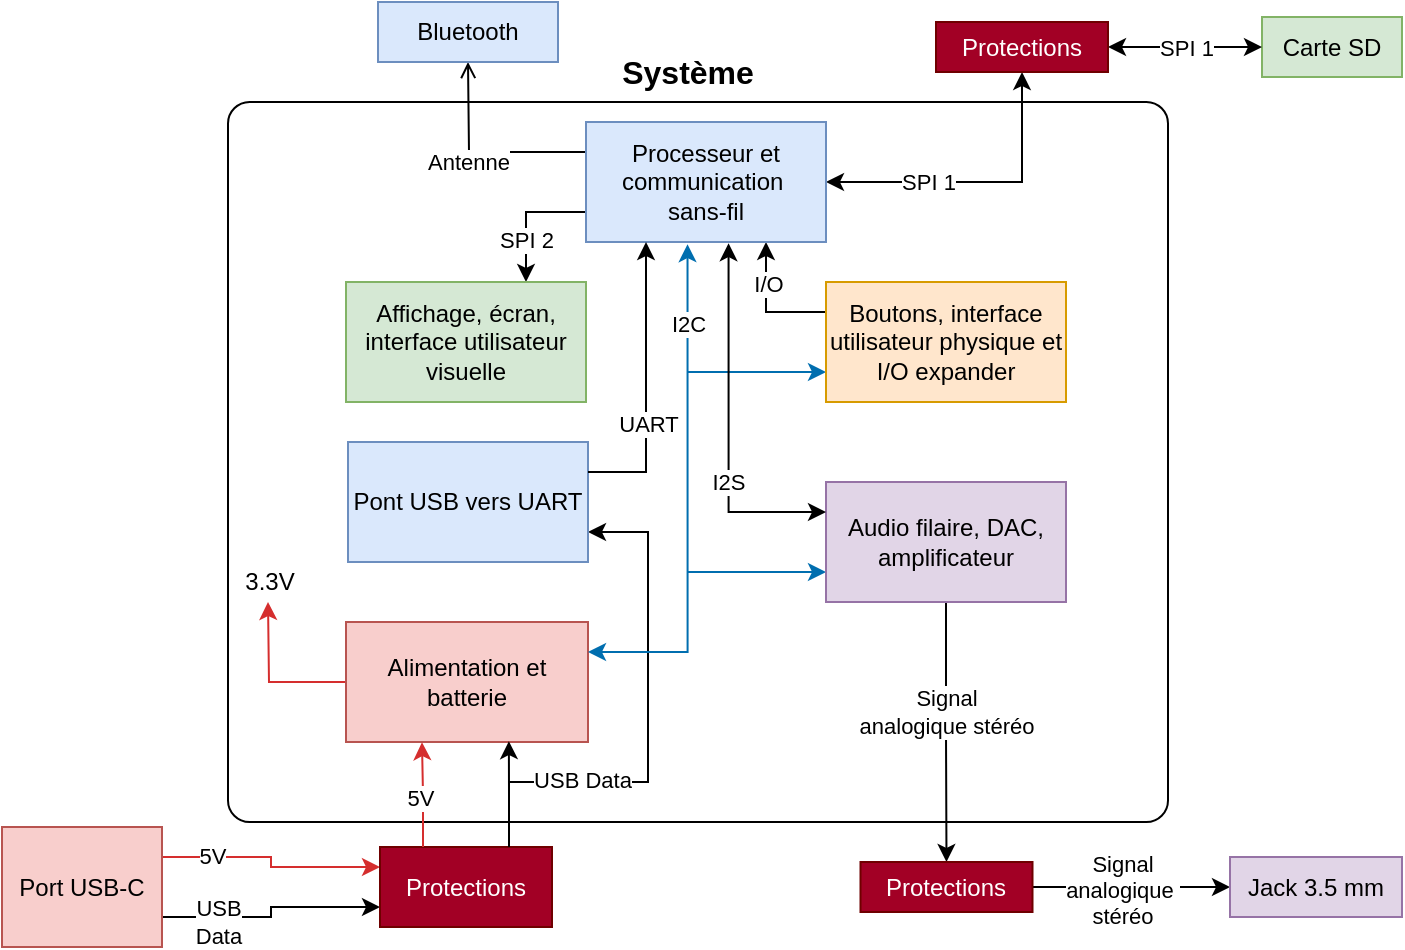
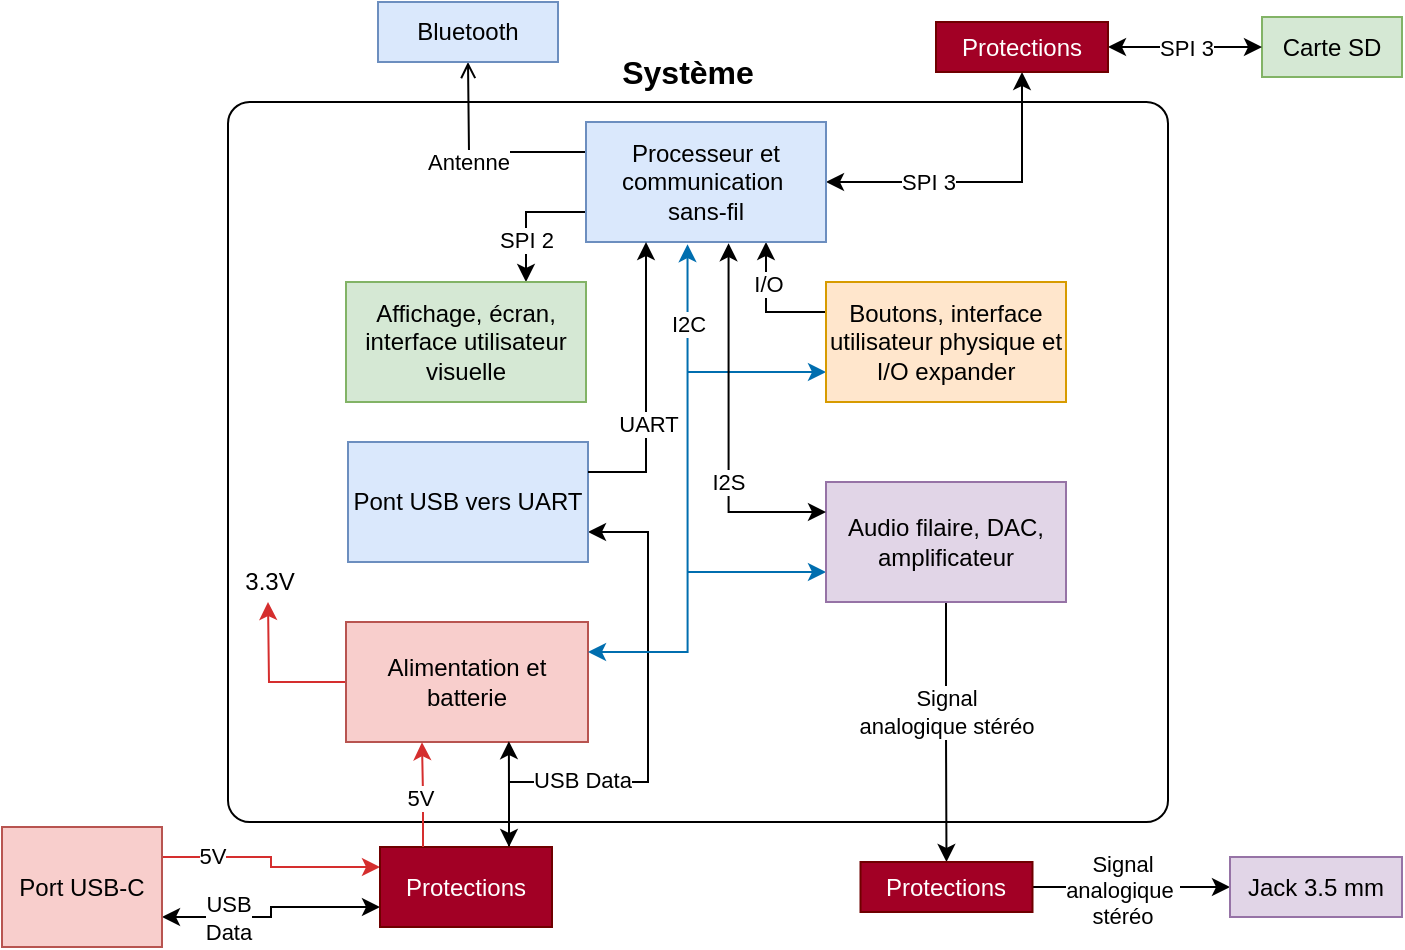
<mxfile host="app.diagrams.net" agent="Mozilla/5.0 (Windows NT 10.0; Win64; x64; rv:148.0) Gecko/20100101 Firefox/148.0">
  <diagram name="Page-1" id="Mp4qxl4u3dfNtDBe53xb">
    <mxGraphModel dx="1539" dy="701" grid="1" gridSize="10" guides="1" tooltips="1" connect="1" arrows="1" fold="1" page="1" pageScale="1" pageWidth="827" pageHeight="1169" math="0" shadow="0">
      <root>
        <mxCell id="0" />
        <mxCell id="1" parent="0" />
        <mxCell id="InfD0HFL66ZjcEA0G4re-41" parent="1" style="rounded=1;whiteSpace=wrap;html=1;arcSize=3;" value="" vertex="1">
          <mxGeometry height="360" width="470" x="183" y="340" as="geometry" />
        </mxCell>
        <mxCell id="zYMX3MGjl0S8vz_TeQ27-14" edge="1" parent="1" source="mWaRPkYXV2c9awh6F8o4-3" style="edgeStyle=orthogonalEdgeStyle;rounded=0;orthogonalLoop=1;jettySize=auto;html=1;exitX=1;exitY=0.25;exitDx=0;exitDy=0;entryX=0;entryY=0.25;entryDx=0;entryDy=0;fillColor=#f8cecc;strokeColor=#D52E2E;" target="mWaRPkYXV2c9awh6F8o4-29">
          <mxGeometry relative="1" as="geometry" />
        </mxCell>
        <mxCell id="zYMX3MGjl0S8vz_TeQ27-16" connectable="0" parent="zYMX3MGjl0S8vz_TeQ27-14" style="edgeLabel;html=1;align=center;verticalAlign=middle;resizable=0;points=[];" value="5V" vertex="1">
          <mxGeometry relative="1" x="-0.6169" y="-2" as="geometry">
            <mxPoint x="3" y="-3" as="offset" />
          </mxGeometry>
        </mxCell>
-         <mxCell id="zYMX3MGjl0S8vz_TeQ27-15" edge="1" parent="1" source="mWaRPkYXV2c9awh6F8o4-3" style="edgeStyle=orthogonalEdgeStyle;rounded=0;orthogonalLoop=1;jettySize=auto;html=1;exitX=1;exitY=0.75;exitDx=0;exitDy=0;entryX=0;entryY=0.75;entryDx=0;entryDy=0;" target="mWaRPkYXV2c9awh6F8o4-29">
+         <mxCell id="zYMX3MGjl0S8vz_TeQ27-15" edge="1" parent="1" source="mWaRPkYXV2c9awh6F8o4-3" style="edgeStyle=orthogonalEdgeStyle;rounded=0;orthogonalLoop=1;jettySize=auto;html=1;exitX=1;exitY=0.75;exitDx=0;exitDy=0;entryX=0;entryY=0.75;entryDx=0;entryDy=0;startArrow=classic;startFill=1;" target="mWaRPkYXV2c9awh6F8o4-29">
          <mxGeometry relative="1" as="geometry" />
        </mxCell>
        <mxCell id="zYMX3MGjl0S8vz_TeQ27-17" connectable="0" parent="zYMX3MGjl0S8vz_TeQ27-15" style="edgeLabel;html=1;align=center;verticalAlign=middle;resizable=0;points=[];" value="&lt;div&gt;USB&lt;/div&gt;&lt;div&gt;Data&lt;/div&gt;" vertex="1">
          <mxGeometry relative="1" x="-0.505" y="-2" as="geometry">
-             <mxPoint as="offset" />
+             <mxPoint x="5" y="-2" as="offset" />
          </mxGeometry>
        </mxCell>
        <mxCell id="mWaRPkYXV2c9awh6F8o4-3" parent="1" style="rounded=0;whiteSpace=wrap;html=1;fillColor=#f8cecc;strokeColor=#b85450;" value="Port USB-C" vertex="1">
          <mxGeometry height="60" width="80" x="70" y="702.5" as="geometry" />
        </mxCell>
        <mxCell id="InfD0HFL66ZjcEA0G4re-30" edge="1" parent="1" source="mWaRPkYXV2c9awh6F8o4-9" style="edgeStyle=orthogonalEdgeStyle;rounded=0;orthogonalLoop=1;jettySize=auto;html=1;exitX=0;exitY=0.5;exitDx=0;exitDy=0;strokeColor=#D52E2E;">
          <mxGeometry relative="1" as="geometry">
            <mxPoint x="203" y="590" as="targetPoint" />
          </mxGeometry>
        </mxCell>
        <mxCell id="mWaRPkYXV2c9awh6F8o4-9" parent="1" style="rounded=0;whiteSpace=wrap;html=1;fillColor=#f8cecc;strokeColor=#b85450;" value="Alimentation et batterie" vertex="1">
          <mxGeometry height="60" width="121" x="242" y="600" as="geometry" />
        </mxCell>
        <mxCell id="mWaRPkYXV2c9awh6F8o4-10" edge="1" parent="1" source="mWaRPkYXV2c9awh6F8o4-17" style="edgeStyle=orthogonalEdgeStyle;rounded=0;orthogonalLoop=1;jettySize=auto;html=1;exitX=0;exitY=0.25;exitDx=0;exitDy=0;endArrow=open;endFill=0;">
          <mxGeometry relative="1" as="geometry">
            <mxPoint x="303" y="320" as="targetPoint" />
          </mxGeometry>
        </mxCell>
        <mxCell id="mWaRPkYXV2c9awh6F8o4-11" connectable="0" parent="mWaRPkYXV2c9awh6F8o4-10" style="edgeLabel;html=1;align=center;verticalAlign=middle;resizable=0;points=[];" value="&lt;div&gt;Antenne&lt;/div&gt;" vertex="1">
          <mxGeometry relative="1" x="0.3241" y="1" as="geometry">
            <mxPoint y="15" as="offset" />
          </mxGeometry>
        </mxCell>
        <mxCell id="mWaRPkYXV2c9awh6F8o4-14" edge="1" parent="1" source="mWaRPkYXV2c9awh6F8o4-17" style="edgeStyle=orthogonalEdgeStyle;rounded=0;orthogonalLoop=1;jettySize=auto;html=1;exitX=0.75;exitY=1;exitDx=0;exitDy=0;entryX=0;entryY=0.25;entryDx=0;entryDy=0;startArrow=classic;startFill=1;endArrow=none;endFill=0;" target="mWaRPkYXV2c9awh6F8o4-19">
          <mxGeometry relative="1" as="geometry" />
        </mxCell>
        <mxCell id="InfD0HFL66ZjcEA0G4re-4" connectable="0" parent="mWaRPkYXV2c9awh6F8o4-14" style="edgeLabel;html=1;align=center;verticalAlign=middle;resizable=0;points=[];" value="I/O" vertex="1">
          <mxGeometry relative="1" x="-0.3549" y="1" as="geometry">
            <mxPoint as="offset" />
          </mxGeometry>
        </mxCell>
        <mxCell id="mWaRPkYXV2c9awh6F8o4-16" edge="1" parent="1" source="mWaRPkYXV2c9awh6F8o4-17" style="edgeStyle=orthogonalEdgeStyle;rounded=0;orthogonalLoop=1;jettySize=auto;html=1;exitX=1;exitY=0.5;exitDx=0;exitDy=0;entryX=0.5;entryY=1;entryDx=0;entryDy=0;strokeColor=#000000;startArrow=classic;startFill=1;" target="mWaRPkYXV2c9awh6F8o4-31">
          <mxGeometry relative="1" as="geometry" />
        </mxCell>
-         <mxCell id="InfD0HFL66ZjcEA0G4re-1" connectable="0" parent="mWaRPkYXV2c9awh6F8o4-16" style="edgeLabel;html=1;align=center;verticalAlign=middle;resizable=0;points=[];" value="SPI 1" vertex="1">
+         <mxCell id="InfD0HFL66ZjcEA0G4re-1" connectable="0" parent="mWaRPkYXV2c9awh6F8o4-16" style="edgeLabel;html=1;align=center;verticalAlign=middle;resizable=0;points=[];" value="SPI 3" vertex="1">
          <mxGeometry relative="1" x="0.3219" y="2" as="geometry">
            <mxPoint x="-45" y="3" as="offset" />
          </mxGeometry>
        </mxCell>
        <mxCell id="InfD0HFL66ZjcEA0G4re-27" edge="1" parent="1" source="mWaRPkYXV2c9awh6F8o4-17" style="edgeStyle=orthogonalEdgeStyle;rounded=0;orthogonalLoop=1;jettySize=auto;html=1;exitX=0;exitY=0.75;exitDx=0;exitDy=0;entryX=0.75;entryY=0;entryDx=0;entryDy=0;" target="mWaRPkYXV2c9awh6F8o4-18">
          <mxGeometry relative="1" as="geometry" />
        </mxCell>
        <mxCell id="InfD0HFL66ZjcEA0G4re-28" connectable="0" parent="InfD0HFL66ZjcEA0G4re-27" style="edgeLabel;html=1;align=center;verticalAlign=middle;resizable=0;points=[];" value="SPI 2" vertex="1">
          <mxGeometry relative="1" x="0.3448" as="geometry">
            <mxPoint as="offset" />
          </mxGeometry>
        </mxCell>
        <mxCell id="mWaRPkYXV2c9awh6F8o4-17" parent="1" style="rounded=0;whiteSpace=wrap;html=1;fillColor=#dae8fc;strokeColor=#6c8ebf;" value="&lt;div&gt;Processeur et communication&amp;nbsp;&lt;/div&gt;&lt;div&gt;sans-fil&lt;/div&gt;" vertex="1">
          <mxGeometry height="60" width="120" x="362" y="350" as="geometry" />
        </mxCell>
        <mxCell id="mWaRPkYXV2c9awh6F8o4-18" parent="1" style="rounded=0;whiteSpace=wrap;html=1;fillColor=#d5e8d4;strokeColor=#82b366;" value="Affichage, écran, interface utilisateur visuelle" vertex="1">
          <mxGeometry height="60" width="120" x="242" y="430" as="geometry" />
        </mxCell>
        <mxCell id="zYMX3MGjl0S8vz_TeQ27-9" edge="1" parent="1" source="mWaRPkYXV2c9awh6F8o4-19" style="edgeStyle=orthogonalEdgeStyle;rounded=0;orthogonalLoop=1;jettySize=auto;html=1;exitX=0;exitY=0.75;exitDx=0;exitDy=0;startArrow=classic;startFill=1;endArrow=none;endFill=0;fillColor=#1ba1e2;strokeColor=#006EAF;">
          <mxGeometry relative="1" as="geometry">
            <mxPoint x="413" y="475" as="targetPoint" />
          </mxGeometry>
        </mxCell>
        <mxCell id="mWaRPkYXV2c9awh6F8o4-19" parent="1" style="rounded=0;whiteSpace=wrap;html=1;fillColor=#ffe6cc;strokeColor=#d79b00;" value="Boutons, interface utilisateur physique et I/O expander" vertex="1">
          <mxGeometry height="60" width="120" x="482" y="430" as="geometry" />
        </mxCell>
        <mxCell id="InfD0HFL66ZjcEA0G4re-32" edge="1" parent="1" source="mWaRPkYXV2c9awh6F8o4-22" style="edgeStyle=orthogonalEdgeStyle;rounded=0;orthogonalLoop=1;jettySize=auto;html=1;exitX=0.5;exitY=1;exitDx=0;exitDy=0;entryX=0.5;entryY=0;entryDx=0;entryDy=0;" target="mWaRPkYXV2c9awh6F8o4-33">
          <mxGeometry relative="1" as="geometry" />
        </mxCell>
        <mxCell id="InfD0HFL66ZjcEA0G4re-33" connectable="0" parent="InfD0HFL66ZjcEA0G4re-32" style="edgeLabel;html=1;align=center;verticalAlign=middle;resizable=0;points=[];" value="&lt;div&gt;Signal&lt;/div&gt;&lt;div&gt;analogique stéréo&lt;/div&gt;" vertex="1">
          <mxGeometry relative="1" x="-0.0581" as="geometry">
            <mxPoint y="-7" as="offset" />
          </mxGeometry>
        </mxCell>
        <mxCell id="zYMX3MGjl0S8vz_TeQ27-4" edge="1" parent="1" source="mWaRPkYXV2c9awh6F8o4-22" style="edgeStyle=orthogonalEdgeStyle;rounded=0;orthogonalLoop=1;jettySize=auto;html=1;exitX=0;exitY=0.75;exitDx=0;exitDy=0;endArrow=none;endFill=0;startArrow=classic;startFill=1;fillColor=#1ba1e2;strokeColor=#006EAF;">
          <mxGeometry relative="1" as="geometry">
            <mxPoint x="413" y="575" as="targetPoint" />
          </mxGeometry>
        </mxCell>
        <mxCell id="mWaRPkYXV2c9awh6F8o4-22" parent="1" style="rounded=0;whiteSpace=wrap;html=1;fillColor=#e1d5e7;strokeColor=#9673a6;" value="Audio filaire, DAC, amplificateur" vertex="1">
          <mxGeometry height="60" width="120" x="482" y="530" as="geometry" />
        </mxCell>
        <mxCell id="mWaRPkYXV2c9awh6F8o4-23" parent="1" style="rounded=0;whiteSpace=wrap;html=1;fillColor=#d5e8d4;strokeColor=#82b366;" value="Carte SD" vertex="1">
          <mxGeometry height="30" width="70" x="700" y="297.5" as="geometry" />
        </mxCell>
        <mxCell id="InfD0HFL66ZjcEA0G4re-22" edge="1" parent="1" source="mWaRPkYXV2c9awh6F8o4-29" style="edgeStyle=orthogonalEdgeStyle;rounded=0;orthogonalLoop=1;jettySize=auto;html=1;exitX=0.75;exitY=0;exitDx=0;exitDy=0;entryX=1;entryY=0.75;entryDx=0;entryDy=0;strokeColor=#000000;" target="InfD0HFL66ZjcEA0G4re-16">
          <mxGeometry relative="1" as="geometry">
            <Array as="points">
              <mxPoint x="323" y="680" />
              <mxPoint x="393" y="680" />
              <mxPoint x="393" y="555" />
            </Array>
          </mxGeometry>
        </mxCell>
        <mxCell id="InfD0HFL66ZjcEA0G4re-37" connectable="0" parent="InfD0HFL66ZjcEA0G4re-22" style="edgeLabel;html=1;align=center;verticalAlign=middle;resizable=0;points=[];" value="&lt;div&gt;USB Data&lt;/div&gt;" vertex="1">
          <mxGeometry relative="1" x="-0.0447" y="-1" as="geometry">
            <mxPoint x="-34" y="20" as="offset" />
          </mxGeometry>
        </mxCell>
        <mxCell id="mWaRPkYXV2c9awh6F8o4-29" parent="1" style="rounded=0;whiteSpace=wrap;html=1;fillColor=#a20025;fontColor=#ffffff;strokeColor=#6F0000;" value="Protections" vertex="1">
          <mxGeometry height="40" width="86" x="259" y="712.5" as="geometry" />
        </mxCell>
        <mxCell id="InfD0HFL66ZjcEA0G4re-42" edge="1" parent="1" source="mWaRPkYXV2c9awh6F8o4-31" style="edgeStyle=orthogonalEdgeStyle;rounded=0;orthogonalLoop=1;jettySize=auto;html=1;startArrow=classic;startFill=1;" target="mWaRPkYXV2c9awh6F8o4-23" value="">
          <mxGeometry relative="1" as="geometry" />
        </mxCell>
-         <mxCell id="InfD0HFL66ZjcEA0G4re-43" connectable="0" parent="InfD0HFL66ZjcEA0G4re-42" style="edgeLabel;html=1;align=center;verticalAlign=middle;resizable=0;points=[];" value="SPI 1" vertex="1">
+         <mxCell id="InfD0HFL66ZjcEA0G4re-43" connectable="0" parent="InfD0HFL66ZjcEA0G4re-42" style="edgeLabel;html=1;align=center;verticalAlign=middle;resizable=0;points=[];" value="SPI 3" vertex="1">
          <mxGeometry relative="1" x="0.4232" y="1" as="geometry">
            <mxPoint x="-16" y="1" as="offset" />
          </mxGeometry>
        </mxCell>
        <mxCell id="mWaRPkYXV2c9awh6F8o4-31" parent="1" style="rounded=0;whiteSpace=wrap;html=1;fillColor=#a20025;fontColor=#ffffff;strokeColor=#6F0000;" value="Protections" vertex="1">
          <mxGeometry height="25" width="86" x="537" y="300" as="geometry" />
        </mxCell>
        <mxCell id="zYMX3MGjl0S8vz_TeQ27-18" edge="1" parent="1" source="mWaRPkYXV2c9awh6F8o4-33" style="edgeStyle=orthogonalEdgeStyle;rounded=0;orthogonalLoop=1;jettySize=auto;html=1;" target="mWaRPkYXV2c9awh6F8o4-34" value="">
          <mxGeometry relative="1" as="geometry" />
        </mxCell>
        <mxCell id="zYMX3MGjl0S8vz_TeQ27-19" connectable="0" parent="zYMX3MGjl0S8vz_TeQ27-18" style="edgeLabel;html=1;align=center;verticalAlign=middle;resizable=0;points=[];" value="&lt;div&gt;Signal&lt;/div&gt;&lt;div&gt;analogique&amp;nbsp;&lt;/div&gt;&lt;div&gt;stéréo&lt;/div&gt;" vertex="1">
          <mxGeometry relative="1" x="-0.2371" y="1" as="geometry">
            <mxPoint x="7" y="2" as="offset" />
          </mxGeometry>
        </mxCell>
        <mxCell id="mWaRPkYXV2c9awh6F8o4-33" parent="1" style="rounded=0;whiteSpace=wrap;html=1;fillColor=#a20025;fontColor=#ffffff;strokeColor=#6F0000;rotation=0;" value="Protections" vertex="1">
          <mxGeometry height="25" width="86" x="499.25" y="720" as="geometry" />
        </mxCell>
        <mxCell id="mWaRPkYXV2c9awh6F8o4-34" parent="1" style="rounded=0;whiteSpace=wrap;html=1;fillColor=#e1d5e7;strokeColor=#9673a6;" value="Jack 3.5 mm" vertex="1">
          <mxGeometry height="30" width="86" x="684" y="717.5" as="geometry" />
        </mxCell>
        <mxCell id="InfD0HFL66ZjcEA0G4re-16" parent="1" style="rounded=0;whiteSpace=wrap;html=1;fillColor=#dae8fc;strokeColor=#6c8ebf;" value="&lt;div&gt;Pont USB vers UART&lt;/div&gt;" vertex="1">
          <mxGeometry height="60" width="120" x="243" y="510" as="geometry" />
        </mxCell>
        <mxCell id="InfD0HFL66ZjcEA0G4re-20" edge="1" parent="1" source="mWaRPkYXV2c9awh6F8o4-29" style="edgeStyle=orthogonalEdgeStyle;rounded=0;orthogonalLoop=1;jettySize=auto;html=1;exitX=0.25;exitY=0;exitDx=0;exitDy=0;entryX=0.314;entryY=1.002;entryDx=0;entryDy=0;entryPerimeter=0;strokeColor=#D52E2E;" target="mWaRPkYXV2c9awh6F8o4-9">
          <mxGeometry relative="1" as="geometry" />
        </mxCell>
        <mxCell id="InfD0HFL66ZjcEA0G4re-35" connectable="0" parent="InfD0HFL66ZjcEA0G4re-20" style="edgeLabel;html=1;align=center;verticalAlign=middle;resizable=0;points=[];" value="5V" vertex="1">
          <mxGeometry relative="1" x="-0.0698" y="2" as="geometry">
            <mxPoint as="offset" />
          </mxGeometry>
        </mxCell>
        <mxCell id="InfD0HFL66ZjcEA0G4re-23" edge="1" parent="1" source="InfD0HFL66ZjcEA0G4re-16" style="edgeStyle=orthogonalEdgeStyle;rounded=0;orthogonalLoop=1;jettySize=auto;html=1;exitX=1;exitY=0.25;exitDx=0;exitDy=0;entryX=0.25;entryY=1;entryDx=0;entryDy=0;fillColor=#dae8fc;strokeColor=#000000;" target="mWaRPkYXV2c9awh6F8o4-17">
          <mxGeometry relative="1" as="geometry">
            <mxPoint x="403" y="411" as="targetPoint" />
          </mxGeometry>
        </mxCell>
        <mxCell id="InfD0HFL66ZjcEA0G4re-38" connectable="0" parent="InfD0HFL66ZjcEA0G4re-23" style="edgeLabel;html=1;align=center;verticalAlign=middle;resizable=0;points=[];" value="UART" vertex="1">
          <mxGeometry relative="1" x="-0.3114" as="geometry">
            <mxPoint x="1" y="-4" as="offset" />
          </mxGeometry>
        </mxCell>
        <mxCell id="InfD0HFL66ZjcEA0G4re-24" edge="1" parent="1" source="mWaRPkYXV2c9awh6F8o4-22" style="edgeStyle=orthogonalEdgeStyle;rounded=0;orthogonalLoop=1;jettySize=auto;html=1;exitX=0;exitY=0.25;exitDx=0;exitDy=0;entryX=0.594;entryY=1.01;entryDx=0;entryDy=0;entryPerimeter=0;startArrow=classic;startFill=1;strokeColor=#000000;" target="mWaRPkYXV2c9awh6F8o4-17">
          <mxGeometry relative="1" as="geometry" />
        </mxCell>
        <mxCell id="InfD0HFL66ZjcEA0G4re-40" connectable="0" parent="InfD0HFL66ZjcEA0G4re-24" style="edgeLabel;html=1;align=center;verticalAlign=middle;resizable=0;points=[];" value="I2S" vertex="1">
          <mxGeometry relative="1" x="0.024" y="1" as="geometry">
            <mxPoint y="30" as="offset" />
          </mxGeometry>
        </mxCell>
        <mxCell id="InfD0HFL66ZjcEA0G4re-29" edge="1" parent="1" source="mWaRPkYXV2c9awh6F8o4-9" style="edgeStyle=orthogonalEdgeStyle;rounded=0;orthogonalLoop=1;jettySize=auto;html=1;exitX=1;exitY=0.25;exitDx=0;exitDy=0;entryX=0.423;entryY=1.018;entryDx=0;entryDy=0;entryPerimeter=0;strokeColor=#006EAF;startArrow=classic;startFill=1;fillColor=#1ba1e2;" target="mWaRPkYXV2c9awh6F8o4-17">
          <mxGeometry relative="1" as="geometry" />
        </mxCell>
        <mxCell id="InfD0HFL66ZjcEA0G4re-39" connectable="0" parent="InfD0HFL66ZjcEA0G4re-29" style="edgeLabel;html=1;align=center;verticalAlign=middle;resizable=0;points=[];" value="I2C" vertex="1">
          <mxGeometry relative="1" x="-0.3645" y="-2" as="geometry">
            <mxPoint x="-2" y="-134" as="offset" />
          </mxGeometry>
        </mxCell>
        <mxCell id="InfD0HFL66ZjcEA0G4re-31" parent="1" style="text;html=1;whiteSpace=wrap;strokeColor=none;fillColor=none;align=center;verticalAlign=middle;rounded=0;" value="3.3V" vertex="1">
          <mxGeometry height="30" width="60" x="174" y="565" as="geometry" />
        </mxCell>
        <mxCell id="1Toc3cIqXZPEAH0HjKzK-1" parent="1" style="text;html=1;whiteSpace=wrap;strokeColor=none;fillColor=none;align=center;verticalAlign=middle;rounded=0;fontStyle=1;fontSize=16;" value="Système" vertex="1">
          <mxGeometry height="30" width="60" x="383" y="310" as="geometry" />
        </mxCell>
-         <mxCell id="zYMX3MGjl0S8vz_TeQ27-10" edge="1" parent="1" source="mWaRPkYXV2c9awh6F8o4-29" style="edgeStyle=orthogonalEdgeStyle;rounded=0;orthogonalLoop=1;jettySize=auto;html=1;exitX=0.75;exitY=0;exitDx=0;exitDy=0;entryX=0.673;entryY=0.993;entryDx=0;entryDy=0;entryPerimeter=0;" target="mWaRPkYXV2c9awh6F8o4-9">
+         <mxCell id="zYMX3MGjl0S8vz_TeQ27-10" edge="1" parent="1" source="mWaRPkYXV2c9awh6F8o4-29" style="edgeStyle=orthogonalEdgeStyle;rounded=0;orthogonalLoop=1;jettySize=auto;html=1;exitX=0.75;exitY=0;exitDx=0;exitDy=0;entryX=0.673;entryY=0.993;entryDx=0;entryDy=0;entryPerimeter=0;startArrow=classic;startFill=1;" target="mWaRPkYXV2c9awh6F8o4-9">
          <mxGeometry relative="1" as="geometry" />
        </mxCell>
        <mxCell id="zYMX3MGjl0S8vz_TeQ27-12" parent="1" style="rounded=0;whiteSpace=wrap;html=1;fillColor=#dae8fc;strokeColor=#6c8ebf;" value="Bluetooth" vertex="1">
          <mxGeometry height="30" width="90" x="258" y="290" as="geometry" />
        </mxCell>
      </root>
    </mxGraphModel>
  </diagram>
</mxfile>
